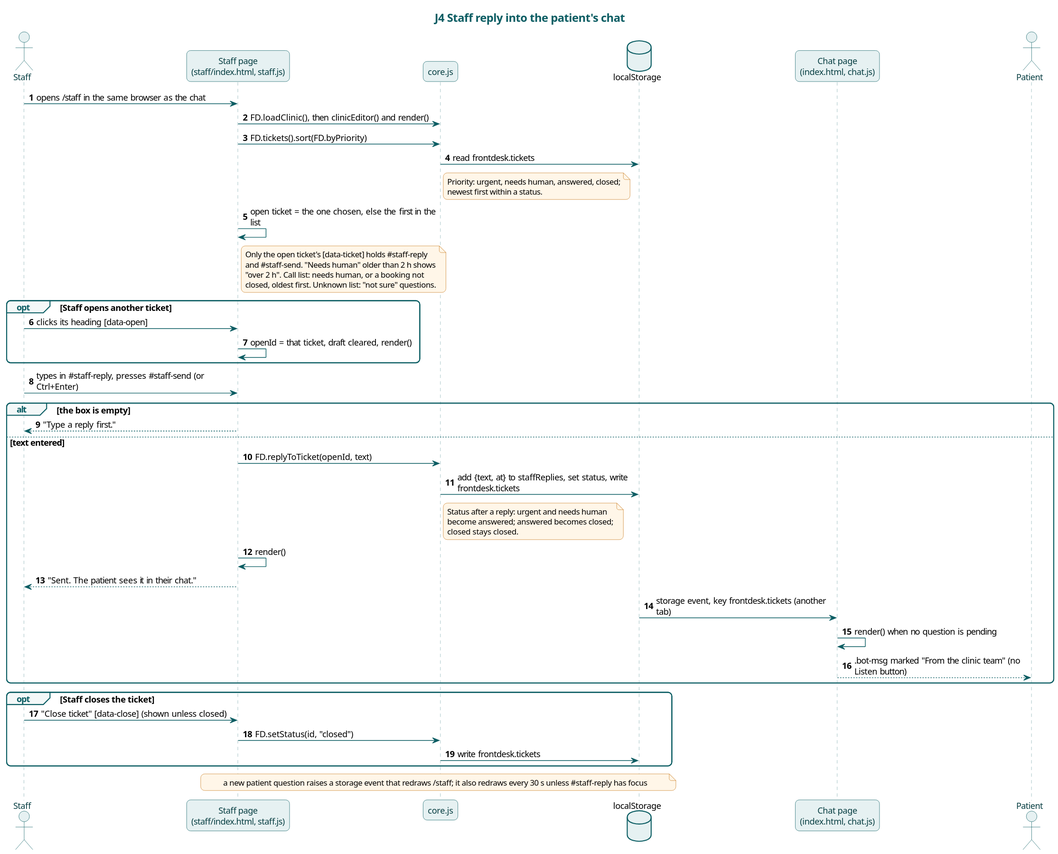
karwasanjay007/frontdesk-ai-docs keeps this PlantUML diagram as docs/diagrams/j4-staff-reply.svg. Above is the earlier version.
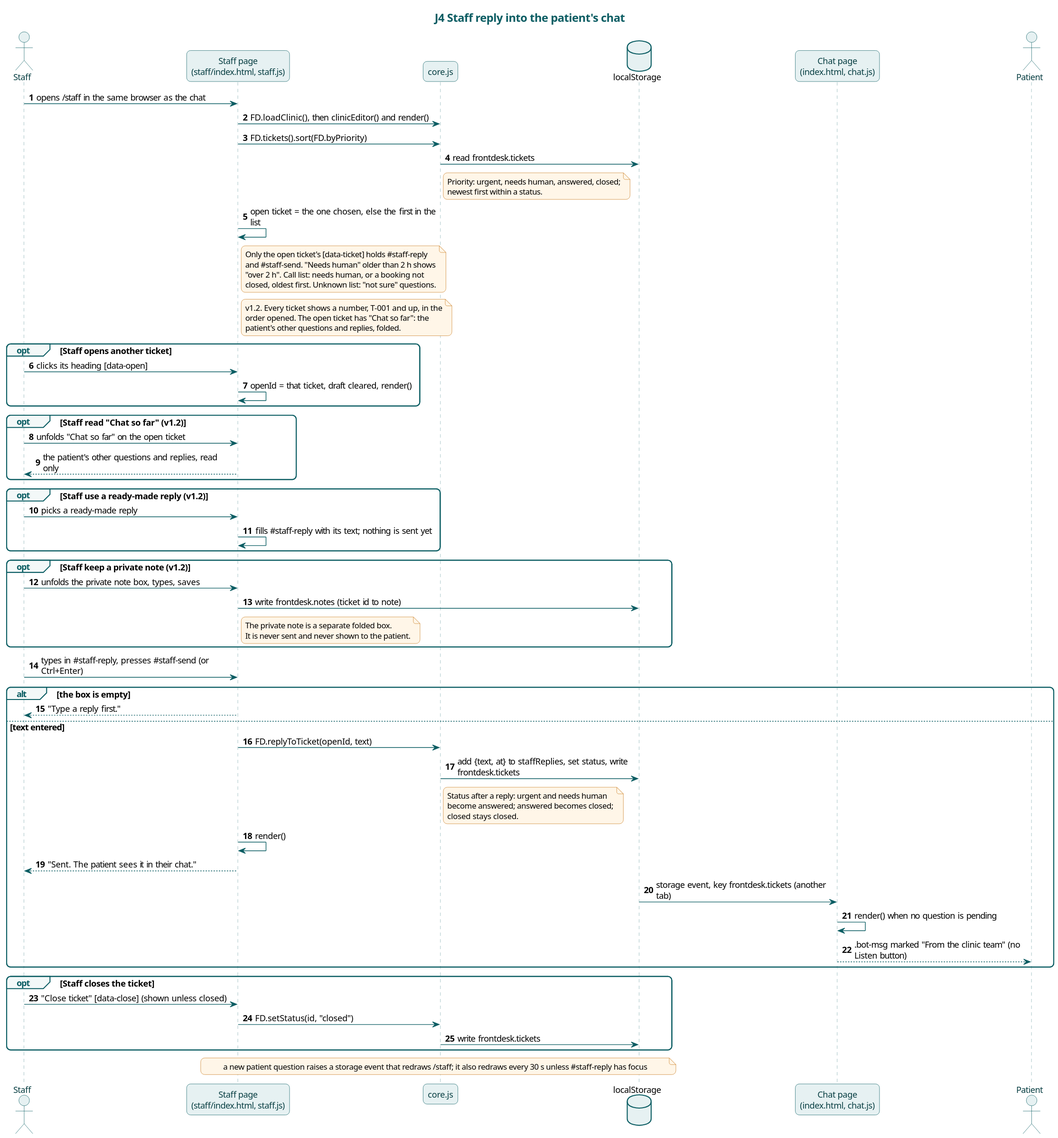
The same file after the commit.

What changed in the source:
```diff
@@ -24,9 +24,30 @@
 "over 2 h". Call list: needs human, or a booking not
 closed, oldest first. Unknown list: "not sure" questions.
 end note
+note right of SP
+v1.2. Every ticket shows a number, T-001 and up, in the
+order opened. The open ticket has "Chat so far": the
+patient's other questions and replies, folded.
+end note
 opt Staff opens another ticket
   Staff -> SP : clicks its heading [data-open]
   SP -> SP : openId = that ticket, draft cleared, render()
+end
+opt Staff read "Chat so far" (v1.2)
+  Staff -> SP : unfolds "Chat so far" on the open ticket
+  SP --> Staff : the patient's other questions and replies, read only
+end
+opt Staff use a ready-made reply (v1.2)
+  Staff -> SP : picks a ready-made reply
+  SP -> SP : fills #staff-reply with its text; nothing is sent yet
+end
+opt Staff keep a private note (v1.2)
+  Staff -> SP : unfolds the private note box, types, saves
+  SP -> LS : write frontdesk.notes (ticket id to note)
+  note right of SP
+  The private note is a separate folded box.
+  It is never sent and never shown to the patient.
+  end note
 end
 Staff -> SP : types in #staff-reply, presses #staff-send (or Ctrl+Enter)
 alt the box is empty
```
